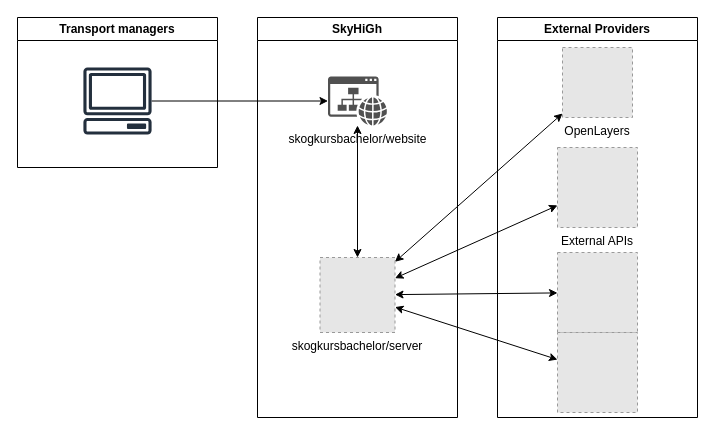
Earlier version of the draw.io diagram systemdesign.drawio (skogkursbachelor/diagrams). Source tidied: cells renumbered, new cells numbered last; positions are measured from the earlier drawing's top-left corner, leaving out a move shared by most shapes. Both pictures are drawn from the tidied source at 100%, with x=0, y=0 at pixel (17, 17). Pictures stored in the file or linked from it are replaced by grey dashed boxes.
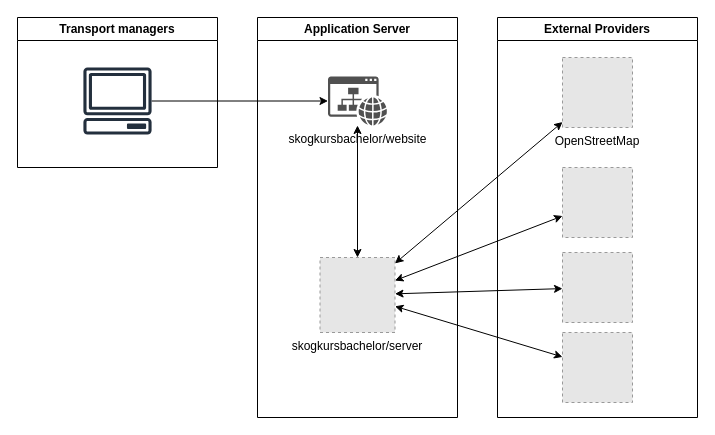
The same diagram, later.

The edit, as a diff of the source:
```diff
@@
 <mxGraphModel>
   <root>
     <mxCell id="0" />
     <mxCell id="1" parent="0" />
     <mxCell id="2" style="endArrow=classic;html=1;rounded=0;" parent="1" edge="1" source="8" target="4">
       <mxGeometry relative="1" as="geometry" />
     </mxCell>
-    <mxCell id="3" value="SkyHiGh" style="swimlane;whiteSpace=wrap;html=1;" parent="1" vertex="1">
+    <mxCell id="3" value="Application Server" style="swimlane;whiteSpace=wrap;html=1;" parent="1" vertex="1">
       <mxGeometry x="240" width="200" height="400" as="geometry" />
     </mxCell>
     <mxCell id="4" value="&lt;span style=&quot;background-color: rgb(255, 255, 255);&quot;&gt;skogkursbachelor/website&lt;/span&gt;" style="sketch=0;shadow=0;dashed=0;html=1;strokeColor=none;fillColor=#505050;labelPosition=center;verticalLabelPosition=bottom;verticalAlign=top;outlineConnect=0;align=center;shape=mxgraph.office.concepts.website;" parent="3" vertex="1">
       <mxGeometry x="70.5" y="59" width="59" height="49" as="geometry" />
     </mxCell>
     <mxCell id="5" value="skogkursbachelor/server" style="fillColor=#E6E6E6;strokeColor=#999999;dashed=1;verticalLabelPosition=bottom;labelBackgroundColor=default;verticalAlign=top;" parent="3" vertex="1">
       <mxGeometry x="62.5" y="240" width="75" height="75" as="geometry" />
     </mxCell>
     <mxCell id="6" style="endArrow=classic;startArrow=classic;html=1;rounded=0;" parent="3" edge="1" source="5" target="4">
       <mxGeometry relative="1" as="geometry" />
     </mxCell>
     <mxCell id="7" value="Transport managers" style="swimlane;whiteSpace=wrap;html=1;" parent="1" vertex="1">
       <mxGeometry width="200" height="150" as="geometry" />
     </mxCell>
     <mxCell id="8" style="sketch=0;outlineConnect=0;fontColor=#232F3E;gradientColor=none;fillColor=#232F3D;strokeColor=none;dashed=0;verticalLabelPosition=bottom;verticalAlign=top;align=center;html=1;fontSize=12;fontStyle=0;shape=mxgraph.aws4.client;" parent="7" vertex="1">
       <mxGeometry x="65.6" y="50" width="68.8" height="67" as="geometry" />
     </mxCell>
     <mxCell id="9" value="External Providers" style="swimlane;whiteSpace=wrap;html=1;" parent="1" vertex="1">
       <mxGeometry x="480" width="200" height="400" as="geometry" />
     </mxCell>
-    <mxCell id="10" value="OpenLayers" style="fillColor=#E6E6E6;strokeColor=#999999;dashed=1;verticalLabelPosition=bottom;labelBackgroundColor=default;verticalAlign=top;" parent="9" vertex="1">
-      <mxGeometry x="65" y="30" width="70" height="70" as="geometry" />
-    </mxCell>
-    <mxCell id="11" value="External APIs" style="fillColor=#E6E6E6;strokeColor=#999999;dashed=1;verticalLabelPosition=bottom;labelBackgroundColor=default;verticalAlign=top;" parent="9" vertex="1">
-      <mxGeometry x="60" y="130" width="80" height="80" as="geometry" />
+    <mxCell id="11" style="fillColor=#E6E6E6;strokeColor=#999999;dashed=1;verticalLabelPosition=bottom;labelBackgroundColor=default;verticalAlign=top;" parent="9" vertex="1">
+      <mxGeometry x="65" y="150" width="70" height="70" as="geometry" />
     </mxCell>
     <mxCell id="12" style="fillColor=#E6E6E6;strokeColor=#999999;dashed=1;verticalLabelPosition=bottom;labelBackgroundColor=default;verticalAlign=top;" parent="9" vertex="1">
-      <mxGeometry x="60" y="235" width="80" height="80" as="geometry" />
+      <mxGeometry x="65" y="235" width="70" height="70" as="geometry" />
     </mxCell>
     <mxCell id="13" style="fillColor=#E6E6E6;strokeColor=#999999;dashed=1;verticalLabelPosition=bottom;labelBackgroundColor=default;verticalAlign=top;" parent="9" vertex="1">
-      <mxGeometry x="60" y="315" width="80" height="80" as="geometry" />
+      <mxGeometry x="65" y="315" width="70" height="70" as="geometry" />
     </mxCell>
+    <mxCell id="18" value="OpenStreetMap" style="fillColor=#E6E6E6;strokeColor=#999999;dashed=1;verticalLabelPosition=bottom;labelBackgroundColor=default;verticalAlign=top;" parent="9" vertex="1">
+      <mxGeometry x="65" y="40" width="70" height="70" as="geometry" />
+    </mxCell>
     <mxCell id="14" style="endArrow=classic;startArrow=classic;html=1;rounded=0;" parent="1" edge="1" source="5" target="11">
       <mxGeometry relative="1" as="geometry" />
     </mxCell>
-    <mxCell id="15" style="endArrow=classic;startArrow=classic;html=1;rounded=0;" parent="1" edge="1" source="5" target="10">
+    <mxCell id="15" style="endArrow=classic;startArrow=classic;html=1;rounded=0;" parent="1" edge="1" source="5" target="18">
       <mxGeometry relative="1" as="geometry" />
     </mxCell>
     <mxCell id="16" style="endArrow=classic;startArrow=classic;html=1;rounded=0;" parent="1" edge="1" source="5" target="12">
       <mxGeometry relative="1" as="geometry" />
     </mxCell>
     <mxCell id="17" style="endArrow=classic;startArrow=classic;html=1;rounded=0;" parent="1" edge="1" source="5" target="13">
       <mxGeometry relative="1" as="geometry" />
     </mxCell>
   </root>
 </mxGraphModel>
```
